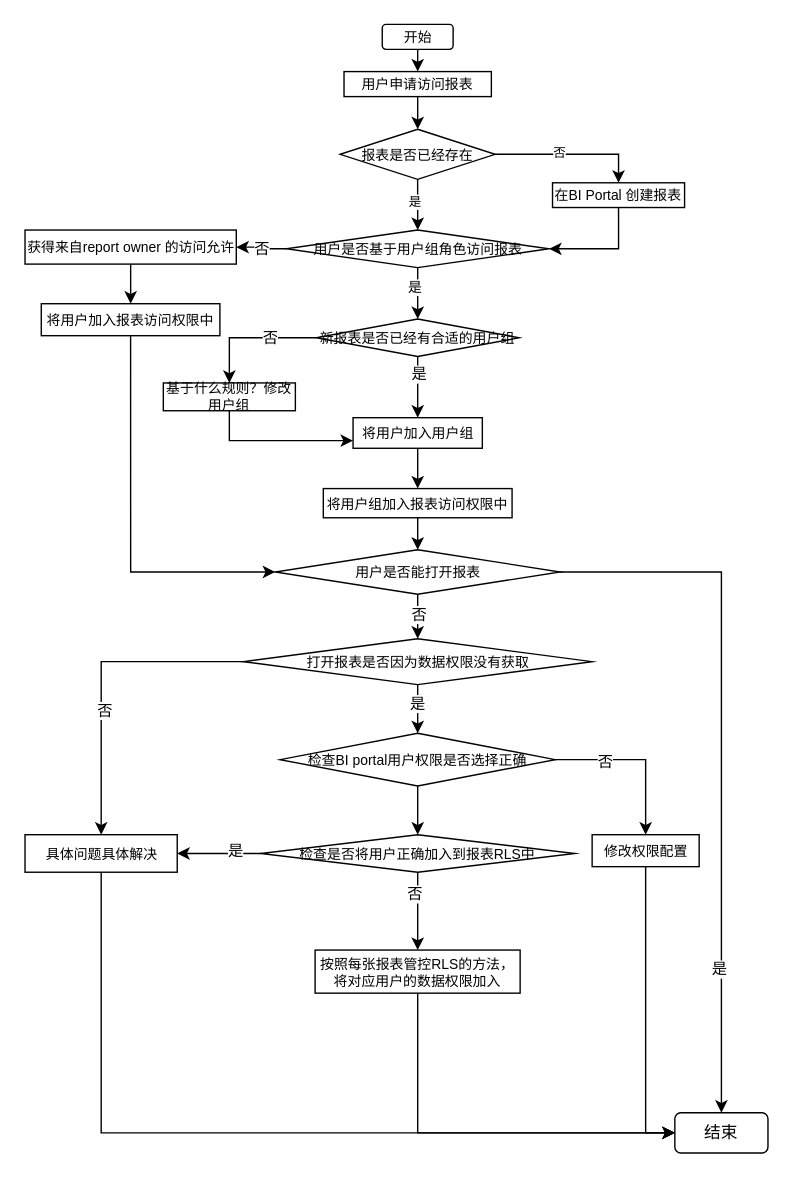
winky02/pics keeps this draw.io diagram as 未命名绘图.drawio. Above is the earlier version. Source tidied: cells renumbered, new cells numbered last; positions are measured from the earlier drawing's top-left corner, leaving out a move shared by most shapes. Both pictures are drawn from the tidied source at 139%, with x=0, y=0 at pixel (24, 24).
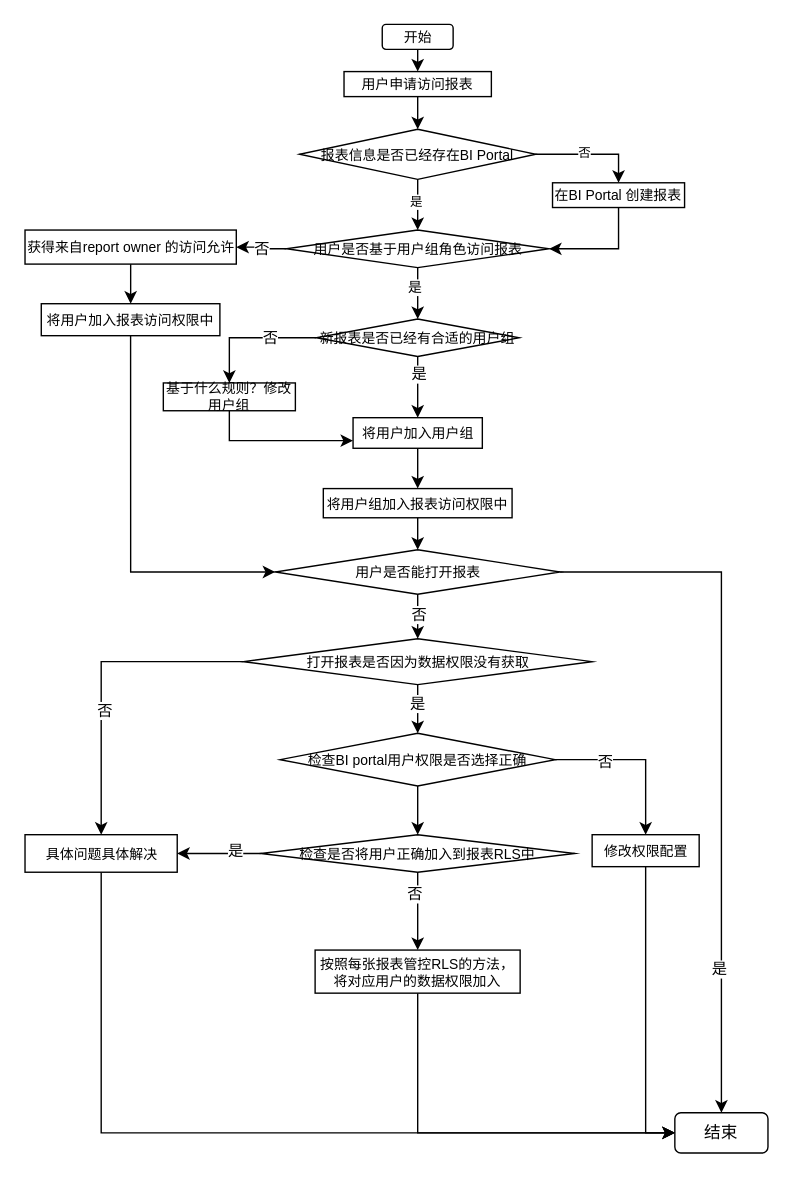
The same page after the edit.

Commit message:
更新未命名绘图.drawio

Change to the diagram source:
```diff
@@
-    <mxCell id="10" value="报表是否已经存在" style="rhombus;whiteSpace=wrap;html=1;fontSize=10;rounded=0;" parent="1" vertex="1">
-      <mxGeometry x="227.2" y="75.5" width="111.5" height="36" as="geometry" />
+    <mxCell id="10" value="报表信息是否已经存在BI Portal" style="rhombus;whiteSpace=wrap;html=1;fontSize=10;rounded=0;" parent="1" vertex="1">
+      <mxGeometry x="198" y="75.5" width="170" height="36" as="geometry" />
     </mxCell>
```
